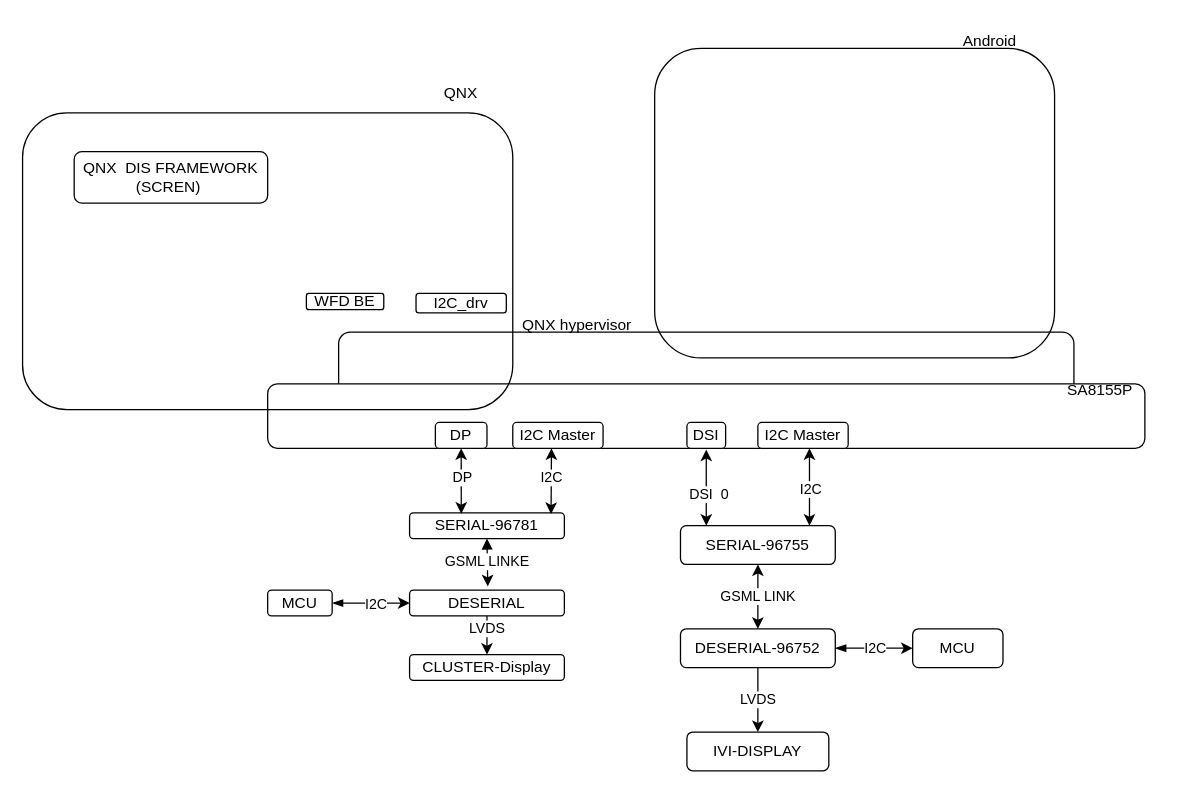
Earlier version of the draw.io diagram display-arch.drawio (singledo/drawio-repo). Source tidied: cells renumbered, new cells numbered last; positions are measured from the earlier drawing's top-left corner, leaving out a move shared by most shapes. Both pictures are drawn from the tidied source at 129%, with x=0, y=0 at pixel (22, 22).
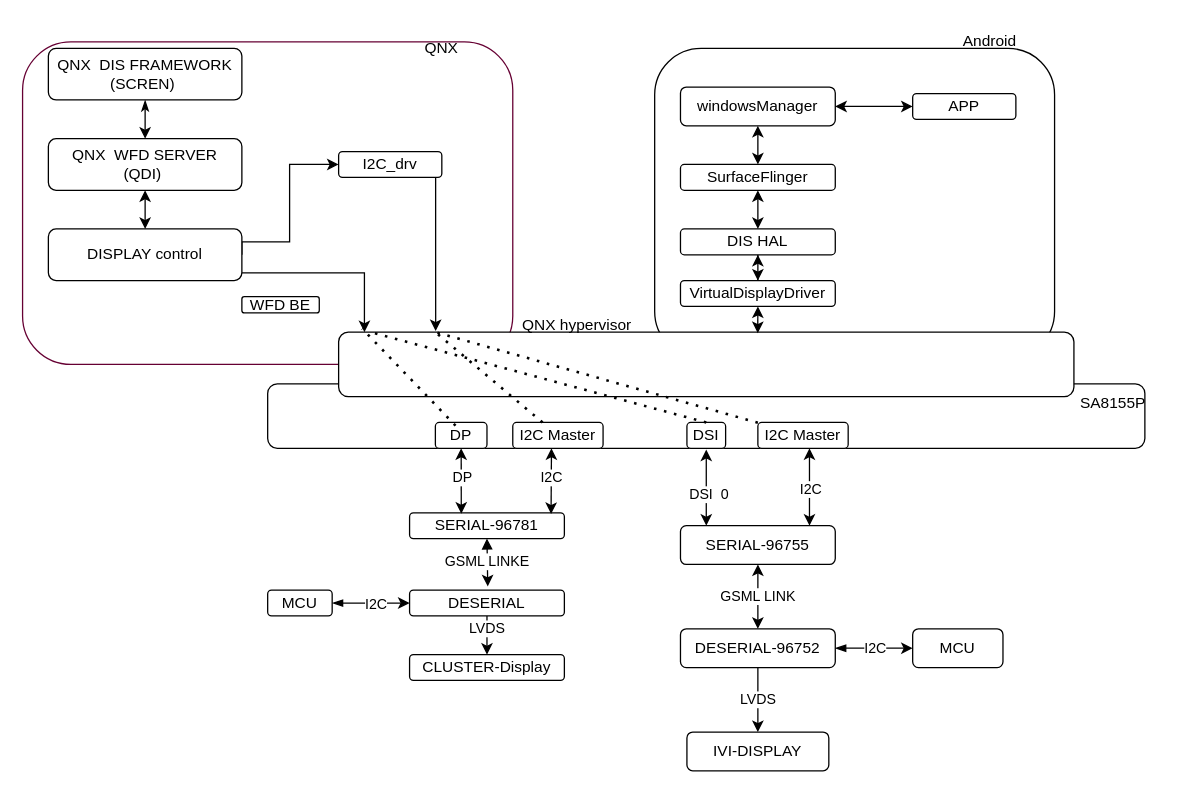
The same page after the edit.

Unchanged cells that the change refers to:
```xml
<mxCell id="33" value="DP" style="rounded=1;whiteSpace=wrap;html=1;" parent="1" vertex="1">
  <mxGeometry x="320" y="310" width="40" height="20" as="geometry" />
</mxCell>
<mxCell id="34" value="DSI" style="rounded=1;whiteSpace=wrap;html=1;" parent="1" vertex="1">
  <mxGeometry x="515" y="310" width="30" height="20" as="geometry" />
</mxCell>
<mxCell id="35" value="I2C Master" style="rounded=1;whiteSpace=wrap;html=1;" parent="1" vertex="1">
  <mxGeometry x="380" y="310" width="70" height="20" as="geometry" />
</mxCell>
<mxCell id="36" value="I2C Master" style="rounded=1;whiteSpace=wrap;html=1;" parent="1" vertex="1">
  <mxGeometry x="570" y="310" width="70" height="20" as="geometry" />
</mxCell>
```

What changed in the source:
```diff
@@
+    <mxCell id="39" style="rounded=1;whiteSpace=wrap;html=1;fillColor=none;" parent="1" vertex="1">
+      <mxGeometry x="490" y="20" width="310" height="240" as="geometry" />
+    </mxCell>
+    <mxCell id="3" style="rounded=1;whiteSpace=wrap;html=1;" parent="1" vertex="1">
+      <mxGeometry x="190" y="280" width="680" height="50" as="geometry" />
+    </mxCell>
+    <mxCell id="37" style="rounded=1;whiteSpace=wrap;html=1;fillColor=none;strokeColor=#660033;" parent="1" vertex="1">
+      <mxGeometry y="15" width="380" height="250" as="geometry" />
+    </mxCell>
     <mxCell id="2" style="rounded=1;whiteSpace=wrap;html=1;" parent="1" vertex="1">
-      <mxGeometry x="245" y="240" width="570" height="60" as="geometry" />
+      <mxGeometry x="245" y="240" width="570" height="50" as="geometry" />
     </mxCell>
-    <mxCell id="3" style="rounded=1;whiteSpace=wrap;html=1;" parent="1" vertex="1">
-      <mxGeometry x="190" y="280" width="680" height="50" as="geometry" />
-    </mxCell>
@@
     <mxCell id="32" value="SA8155P" style="text;html=1;align=center;verticalAlign=middle;strokeColor=none;fillColor=none;" parent="1" vertex="1">
-      <mxGeometry x="800" y="270" width="70" height="30" as="geometry" />
+      <mxGeometry x="810" y="280" width="70" height="30" as="geometry" />
     </mxCell>
@@
-    <mxCell id="37" style="rounded=1;whiteSpace=wrap;html=1;fillColor=none;" parent="1" vertex="1">
-      <mxGeometry y="70" width="380" height="230" as="geometry" />
-    </mxCell>
-    <mxCell id="38" value="QNX" style="text;html=1;align=center;verticalAlign=middle;whiteSpace=wrap;rounded=0;" parent="1" vertex="1">
-      <mxGeometry x="310" y="40" width="60" height="30" as="geometry" />
+    <mxCell id="38" value="QNX" style="text;html=1;align=center;verticalAlign=middle;whiteSpace=wrap;rounded=0;fontColor=#020303;" parent="1" vertex="1">
+      <mxGeometry x="305" y="10" width="40" height="20" as="geometry" />
     </mxCell>
-    <mxCell id="39" style="rounded=1;whiteSpace=wrap;html=1;fillColor=none;" parent="1" vertex="1">
-      <mxGeometry x="490" y="20" width="310" height="240" as="geometry" />
-    </mxCell>
@@
     <mxCell id="42" value="I2C_drv" style="rounded=1;whiteSpace=wrap;html=1;" parent="1" vertex="1">
-      <mxGeometry x="305" y="210" width="70" height="15" as="geometry" />
+      <mxGeometry x="245" y="100" width="80" height="20" as="geometry" />
     </mxCell>
     <mxCell id="43" value="WFD BE" style="rounded=1;whiteSpace=wrap;html=1;" parent="1" vertex="1">
-      <mxGeometry x="220" y="210" width="60" height="12.5" as="geometry" />
+      <mxGeometry x="170" y="212.5" width="60" height="12.5" as="geometry" />
     </mxCell>
+    <mxCell id="45" style="edgeStyle=orthogonalEdgeStyle;rounded=0;jettySize=auto;html=1;entryX=0.5;entryY=0;entryDx=0;entryDy=0;startArrow=classicThin;startFill=1;" parent="1" edge="1" source="44" target="47">
+      <mxGeometry relative="1" as="geometry" />
+    </mxCell>
     <mxCell id="44" value="QNX&amp;nbsp; DIS FRAMEWORK&lt;div&gt;&lt;span style=&quot;background-color: initial;&quot;&gt;(&lt;/span&gt;&lt;span style=&quot;background-color: initial;&quot;&gt;SCREN&lt;/span&gt;&lt;span style=&quot;background-color: initial;&quot;&gt;)&amp;nbsp;&lt;/span&gt;&lt;/div&gt;" style="rounded=1;whiteSpace=wrap;html=1;" parent="1" vertex="1">
-      <mxGeometry x="40" y="100" width="150" height="40" as="geometry" />
+      <mxGeometry x="20" y="20" width="150" height="40" as="geometry" />
     </mxCell>
+    <mxCell id="46" style="edgeStyle=orthogonalEdgeStyle;rounded=0;jettySize=auto;html=1;entryX=0.5;entryY=0;entryDx=0;entryDy=0;startArrow=classic;startFill=1;" parent="1" edge="1" source="47" target="49">
+      <mxGeometry relative="1" as="geometry" />
+    </mxCell>
+    <mxCell id="47" value="QNX&amp;nbsp; WFD SERVER&lt;div&gt;&lt;span style=&quot;background-color: initial;&quot;&gt;(QDI&lt;/span&gt;&lt;span style=&quot;background-color: initial;&quot;&gt;)&amp;nbsp;&lt;/span&gt;&lt;/div&gt;" style="rounded=1;whiteSpace=wrap;html=1;" parent="1" vertex="1">
+      <mxGeometry x="20" y="90" width="150" height="40" as="geometry" />
+    </mxCell>
+    <mxCell id="48" style="edgeStyle=orthogonalEdgeStyle;rounded=0;jettySize=auto;html=1;exitX=1;exitY=0.5;exitDx=0;exitDy=0;entryX=0;entryY=0.5;entryDx=0;entryDy=0;" parent="1" edge="1" source="49" target="42">
+      <mxGeometry relative="1" as="geometry">
+        <Array as="points">
+          <mxPoint x="170" y="170" />
+          <mxPoint x="207" y="170" />
+          <mxPoint x="207" y="110" />
+        </Array>
+      </mxGeometry>
+    </mxCell>
+    <mxCell id="49" value="DISPLAY control" style="rounded=1;whiteSpace=wrap;html=1;" parent="1" vertex="1">
+      <mxGeometry x="20" y="160" width="150" height="40" as="geometry" />
+    </mxCell>
+    <mxCell id="50" style="edgeStyle=orthogonalEdgeStyle;rounded=0;orthogonalLoop=1;jettySize=auto;html=1;" parent="1" edge="1">
+      <mxGeometry relative="1" as="geometry">
+        <mxPoint x="170" y="194" as="sourcePoint" />
+        <mxPoint x="265" y="240" as="targetPoint" />
+        <Array as="points">
+          <mxPoint x="265" y="194" />
+        </Array>
+      </mxGeometry>
+    </mxCell>
+    <mxCell id="51" style="edgeStyle=orthogonalEdgeStyle;rounded=0;jettySize=auto;html=1;entryX=0.132;entryY=-0.017;entryDx=0;entryDy=0;entryPerimeter=0;" parent="1" edge="1" source="42" target="2">
+      <mxGeometry relative="1" as="geometry">
+        <Array as="points">
+          <mxPoint x="320" y="180" />
+        </Array>
+      </mxGeometry>
+    </mxCell>
+    <mxCell id="52" style="endArrow=none;dashed=1;html=1;dashPattern=1 3;strokeWidth=2;rounded=0;" parent="1" edge="1" source="35">
+      <mxGeometry relative="1" as="geometry">
+        <mxPoint x="320" y="240" as="targetPoint" />
+      </mxGeometry>
+    </mxCell>
+    <mxCell id="53" style="endArrow=none;dashed=1;html=1;dashPattern=1 3;strokeWidth=2;rounded=0;" parent="1" edge="1" source="36">
+      <mxGeometry relative="1" as="geometry">
+        <mxPoint x="320" y="240" as="targetPoint" />
+      </mxGeometry>
+    </mxCell>
+    <mxCell id="54" style="endArrow=none;dashed=1;html=1;dashPattern=1 3;strokeWidth=2;rounded=0;entryX=0.032;entryY=-0.054;entryDx=0;entryDy=0;entryPerimeter=0;exitX=0.391;exitY=0.124;exitDx=0;exitDy=0;exitPerimeter=0;" parent="1" edge="1" source="33" target="2">
+      <mxGeometry relative="1" as="geometry" />
+    </mxCell>
+    <mxCell id="55" style="endArrow=none;dashed=1;html=1;dashPattern=1 3;strokeWidth=2;rounded=0;exitX=0.5;exitY=0;exitDx=0;exitDy=0;" parent="1" edge="1" source="34">
+      <mxGeometry relative="1" as="geometry">
+        <mxPoint x="270" y="240" as="targetPoint" />
+      </mxGeometry>
+    </mxCell>
+    <mxCell id="56" value="VirtualDisplayDriver" style="rounded=1;whiteSpace=wrap;html=1;" parent="1" vertex="1">
+      <mxGeometry x="510" y="200" width="120" height="20" as="geometry" />
+    </mxCell>
+    <mxCell id="57" style="edgeStyle=orthogonalEdgeStyle;rounded=0;jettySize=auto;html=1;entryX=0.5;entryY=0;entryDx=0;entryDy=0;endArrow=classic;endFill=1;startArrow=classic;startFill=1;" parent="1" edge="1" source="59" target="56">
+      <mxGeometry relative="1" as="geometry" />
+    </mxCell>
+    <mxCell id="58" style="edgeStyle=orthogonalEdgeStyle;rounded=0;jettySize=auto;html=1;entryX=0.5;entryY=1;entryDx=0;entryDy=0;startArrow=classic;startFill=1;" parent="1" edge="1" source="59" target="61">
+      <mxGeometry relative="1" as="geometry" />
+    </mxCell>
+    <mxCell id="59" value="DIS HAL" style="rounded=1;whiteSpace=wrap;html=1;" parent="1" vertex="1">
+      <mxGeometry x="510" y="160" width="120" height="20" as="geometry" />
+    </mxCell>
+    <mxCell id="60" style="edgeStyle=orthogonalEdgeStyle;rounded=0;jettySize=auto;html=1;startArrow=classic;startFill=1;" parent="1" edge="1" source="61" target="62">
+      <mxGeometry relative="1" as="geometry" />
+    </mxCell>
+    <mxCell id="61" value="SurfaceFlinger" style="rounded=1;whiteSpace=wrap;html=1;" parent="1" vertex="1">
+      <mxGeometry x="510" y="110" width="120" height="20" as="geometry" />
+    </mxCell>
+    <mxCell id="62" value="windowsManager" style="rounded=1;whiteSpace=wrap;html=1;" parent="1" vertex="1">
+      <mxGeometry x="510" y="50" width="120" height="30" as="geometry" />
+    </mxCell>
+    <mxCell id="63" style="edgeStyle=orthogonalEdgeStyle;rounded=0;jettySize=auto;html=1;exitX=0.5;exitY=1;exitDx=0;exitDy=0;entryX=0.57;entryY=0.015;entryDx=0;entryDy=0;entryPerimeter=0;endArrow=classic;endFill=1;startArrow=classic;startFill=1;" parent="1" edge="1" source="56" target="2">
+      <mxGeometry relative="1" as="geometry" />
+    </mxCell>
+    <mxCell id="64" style="edgeStyle=orthogonalEdgeStyle;rounded=0;jettySize=auto;html=1;startArrow=classic;startFill=1;" parent="1" edge="1" source="65" target="62">
+      <mxGeometry relative="1" as="geometry" />
+    </mxCell>
+    <mxCell id="65" value="APP" style="rounded=1;whiteSpace=wrap;html=1;" parent="1" vertex="1">
+      <mxGeometry x="690" y="55" width="80" height="20" as="geometry" />
+    </mxCell>
```
